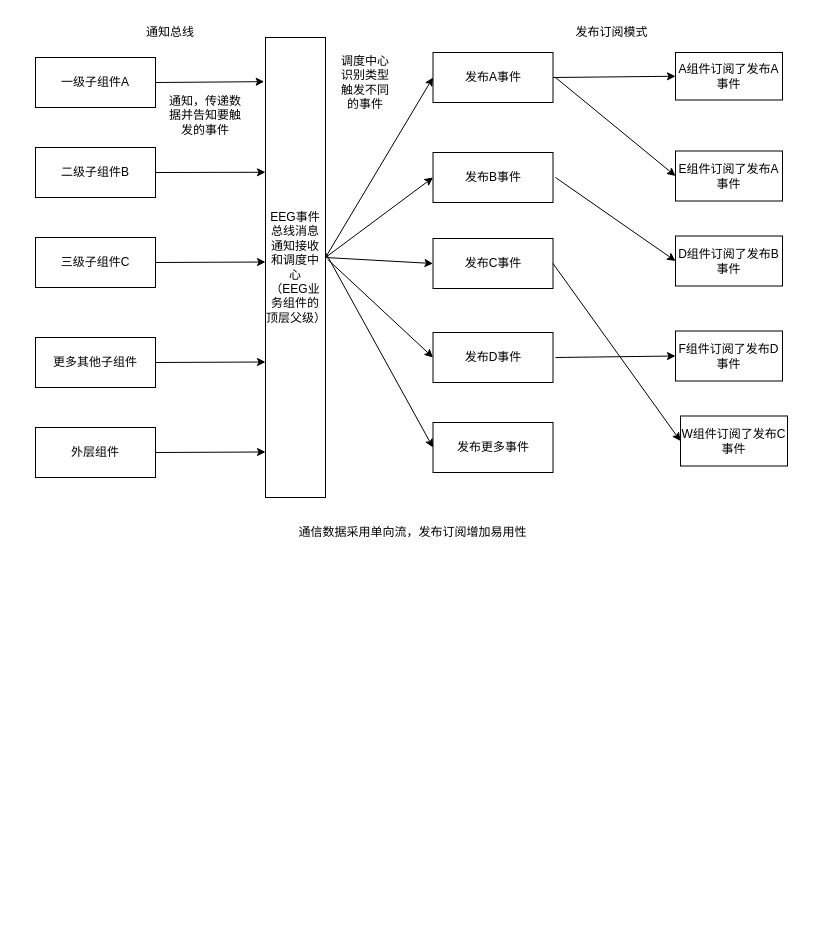
This is 标注组件结构图.drawio from chenweihan/UML, a draw.io file, before an edit. Source tidied: cells renumbered, new cells numbered last; positions are measured from the earlier drawing's top-left corner, leaving out a move shared by most shapes. Both pictures are drawn from the tidied source at 100%, with x=0, y=0 at pixel (35, 17).
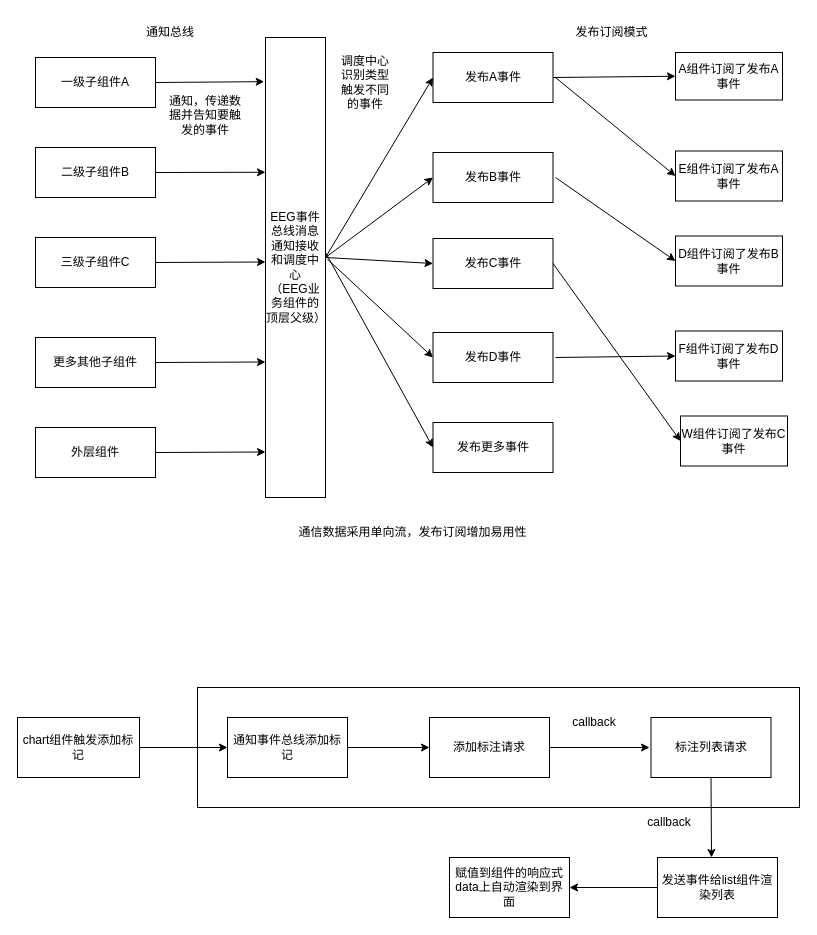
The same page after the edit.

Commit message:
更新标注组件通信.drawio

The edit, as a diff of the source:
```diff
@@
+    <mxCell id="38" style="rounded=0;whiteSpace=wrap;html=1;" parent="1" vertex="1">
+      <mxGeometry x="162" y="670" width="602" height="120" as="geometry" />
+    </mxCell>
@@
+    <mxCell id="39" value="chart组件触发添加标记" style="rounded=0;whiteSpace=wrap;html=1;" parent="1" vertex="1">
+      <mxGeometry x="-18" y="700" width="122" height="60" as="geometry" />
+    </mxCell>
+    <mxCell id="40" value="通知事件总线添加标记" style="rounded=0;whiteSpace=wrap;html=1;" parent="1" vertex="1">
+      <mxGeometry x="192" y="700" width="120" height="60" as="geometry" />
+    </mxCell>
+    <mxCell id="41" style="endArrow=classic;html=1;rounded=0;entryX=0;entryY=0.5;entryDx=0;entryDy=0;" parent="1" edge="1" target="40">
+      <mxGeometry relative="1" as="geometry">
+        <mxPoint x="104" y="730" as="sourcePoint" />
+      </mxGeometry>
+    </mxCell>
+    <mxCell id="42" style="endArrow=classic;html=1;rounded=0;exitX=1;exitY=0.5;exitDx=0;exitDy=0;" parent="1" edge="1" source="40">
+      <mxGeometry relative="1" as="geometry">
+        <mxPoint x="394" y="730" as="targetPoint" />
+      </mxGeometry>
+    </mxCell>
+    <mxCell id="43" value="添加标注请求" style="rounded=0;whiteSpace=wrap;html=1;" parent="1" vertex="1">
+      <mxGeometry x="394" y="700" width="120" height="60" as="geometry" />
+    </mxCell>
+    <mxCell id="44" value="标注列表请求" style="rounded=0;whiteSpace=wrap;html=1;" parent="1" vertex="1">
+      <mxGeometry x="615.5" y="700" width="120" height="60" as="geometry" />
+    </mxCell>
+    <mxCell id="45" style="endArrow=classic;html=1;rounded=0;exitX=1;exitY=0.5;exitDx=0;exitDy=0;" parent="1" edge="1" source="43">
+      <mxGeometry relative="1" as="geometry">
+        <mxPoint x="614" y="730" as="targetPoint" />
+      </mxGeometry>
+    </mxCell>
+    <mxCell id="46" style="endArrow=classic;html=1;rounded=0;exitX=0.5;exitY=1;exitDx=0;exitDy=0;" parent="1" edge="1" source="44">
+      <mxGeometry relative="1" as="geometry">
+        <mxPoint x="676" y="840" as="targetPoint" />
+      </mxGeometry>
+    </mxCell>
+    <mxCell id="47" value="callback" style="text;html=1;strokeColor=none;fillColor=none;align=center;verticalAlign=middle;whiteSpace=wrap;rounded=0;" parent="1" vertex="1">
+      <mxGeometry x="528.5" y="690" width="60" height="30" as="geometry" />
+    </mxCell>
+    <mxCell id="48" value="callback" style="text;html=1;strokeColor=none;fillColor=none;align=center;verticalAlign=middle;whiteSpace=wrap;rounded=0;" parent="1" vertex="1">
+      <mxGeometry x="604" y="790" width="60" height="30" as="geometry" />
+    </mxCell>
+    <mxCell id="49" value="发送事件给list组件渲染列表" style="rounded=0;whiteSpace=wrap;html=1;" parent="1" vertex="1">
+      <mxGeometry x="622" y="840" width="120" height="60" as="geometry" />
+    </mxCell>
+    <mxCell id="50" value="赋值到组件的响应式data上自动渲染到界面" style="rounded=0;whiteSpace=wrap;html=1;align=center;" parent="1" vertex="1">
+      <mxGeometry x="414" y="840" width="120" height="60" as="geometry" />
+    </mxCell>
+    <mxCell id="51" style="endArrow=classic;html=1;rounded=0;entryX=1;entryY=0.5;entryDx=0;entryDy=0;exitX=0;exitY=0.5;exitDx=0;exitDy=0;" parent="1" edge="1" source="49" target="50">
+      <mxGeometry relative="1" as="geometry" />
+    </mxCell>
```
